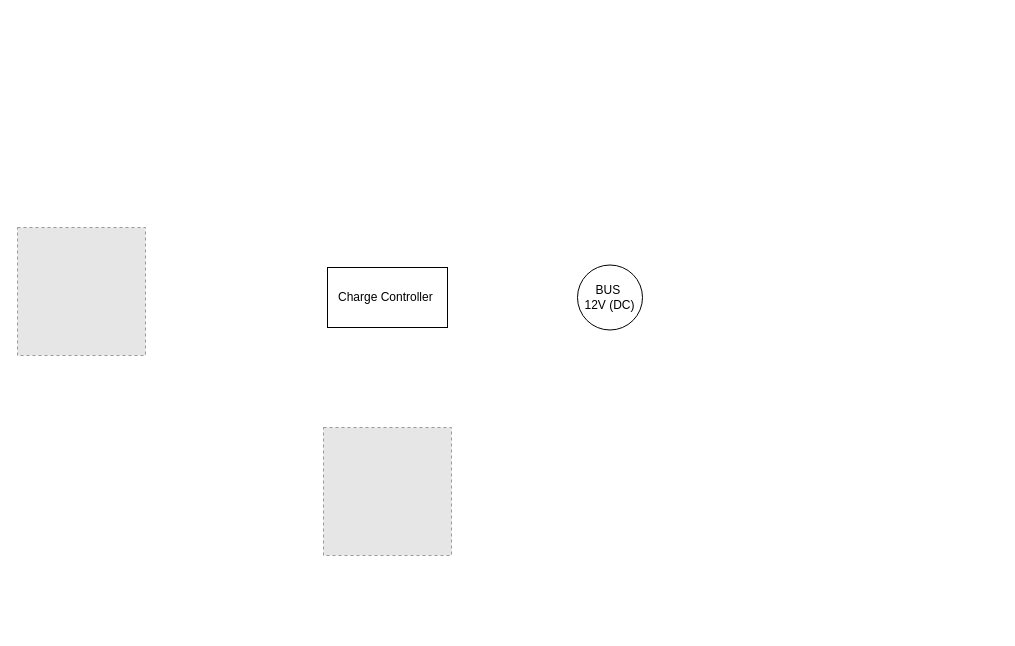
Earlier version of the draw.io diagram Untitled Diagram.drawio (brayanleo29/el-sistema-refactorado-). Source tidied: cells renumbered, new cells numbered last; positions are measured from the earlier drawing's top-left corner, leaving out a move shared by most shapes. Both pictures are drawn from the tidied source at 100%, with x=0, y=0 at pixel (17, 227). Pictures stored in the file or linked from it are replaced by grey dashed boxes.
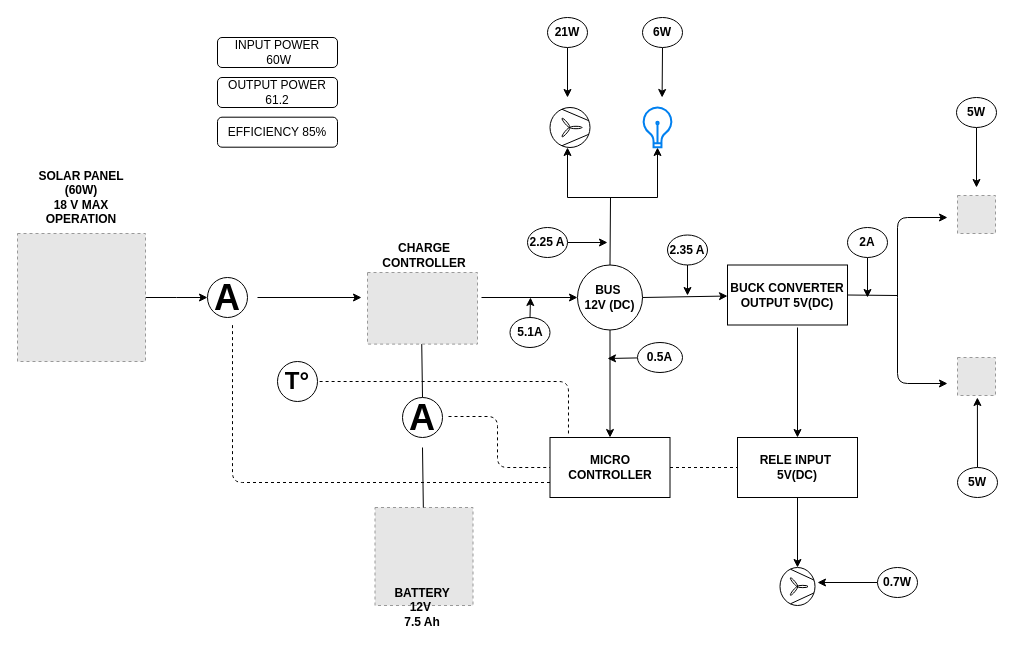
After the change.

Diff of the diagram source:
```diff
@@
+    <mxCell id="6" style="edgeStyle=orthogonalEdgeStyle;rounded=0;jettySize=auto;html=1;" parent="1" edge="1" source="2">
+      <mxGeometry relative="1" as="geometry">
+        <mxPoint x="190" y="70" as="targetPoint" />
+      </mxGeometry>
+    </mxCell>
     <mxCell id="2" style="fillColor=#E6E6E6;strokeColor=#999999;dashed=1;html=1;verticalAlign=top;verticalLabelPosition=bottom;labelBackgroundColor=#ffffff;" parent="1" vertex="1">
-      <mxGeometry width="128" height="128" as="geometry" />
+      <mxGeometry y="6" width="128" height="128" as="geometry" />
     </mxCell>
-    <mxCell id="3" value="Charge Controller&amp;nbsp;" style="rounded=0;whiteSpace=wrap;html=1;" parent="1" vertex="1">
-      <mxGeometry x="310" y="40" width="120" height="60" as="geometry" />
-    </mxCell>
+    <mxCell id="7" style="edgeStyle=none;rounded=0;jettySize=auto;html=1;exitX=1;exitY=0.5;exitDx=0;exitDy=0;entryX=0;entryY=0.5;entryDx=0;entryDy=0;" parent="1" edge="1" target="4">
+      <mxGeometry relative="1" as="geometry">
+        <mxPoint x="464" y="70" as="sourcePoint" />
+      </mxGeometry>
+    </mxCell>
+    <mxCell id="8" style="edgeStyle=none;rounded=0;jettySize=auto;html=1;exitX=0.5;exitY=1;exitDx=0;exitDy=0;entryX=0.5;entryY=0;entryDx=0;entryDy=0;" parent="1" edge="1" source="4" target="11">
+      <mxGeometry relative="1" as="geometry" />
+    </mxCell>
-    <mxCell id="4" value="BUS&amp;nbsp;&lt;br&gt;12V (DC)" style="ellipse;whiteSpace=wrap;html=1;" parent="1" vertex="1">
+    <mxCell id="4" value="&lt;b&gt;BUS&amp;nbsp;&lt;br&gt;12V (DC)&lt;/b&gt;" style="ellipse;whiteSpace=wrap;html=1;" parent="1" vertex="1">
       <mxGeometry x="560" y="37.5" width="65" height="65" as="geometry" />
     </mxCell>
     <mxCell id="5" style="fillColor=#E6E6E6;strokeColor=#999999;dashed=1;html=1;verticalAlign=top;verticalLabelPosition=bottom;labelBackgroundColor=#ffffff;" parent="1" vertex="1">
-      <mxGeometry x="306" y="200" width="128" height="128" as="geometry" />
+      <mxGeometry x="357.5" y="280" width="98" height="98" as="geometry" />
     </mxCell>
+    <mxCell id="9" style="edgeStyle=orthogonalEdgeStyle;rounded=0;orthogonalLoop=1;jettySize=auto;html=1;exitX=1;exitY=0.5;exitDx=0;exitDy=0;entryX=0;entryY=0.5;entryDx=0;entryDy=0;" parent="1" edge="1">
+      <mxGeometry relative="1" as="geometry">
+        <mxPoint x="240" y="70" as="sourcePoint" />
+        <mxPoint x="344" y="70" as="targetPoint" />
+      </mxGeometry>
+    </mxCell>
+    <mxCell id="10" style="edgeStyle=none;rounded=0;orthogonalLoop=1;jettySize=auto;html=1;exitX=0.5;exitY=0;exitDx=0;exitDy=0;" parent="1" edge="1" source="5" target="5">
+      <mxGeometry relative="1" as="geometry" />
+    </mxCell>
+    <mxCell id="11" value="&lt;b&gt;MICRO CONTROLLER&lt;/b&gt;" style="rounded=0;whiteSpace=wrap;html=1;" parent="1" vertex="1">
+      <mxGeometry x="532.5" y="210" width="120" height="60" as="geometry" />
+    </mxCell>
+    <mxCell id="12" style="endArrow=none;html=1;entryX=0.5;entryY=1;entryDx=0;entryDy=0;exitX=0.5;exitY=0;exitDx=0;exitDy=0;" parent="1" edge="1">
+      <mxGeometry relative="1" as="geometry">
+        <mxPoint x="405" y="170" as="sourcePoint" />
+        <mxPoint x="404" y="100" as="targetPoint" />
+      </mxGeometry>
+    </mxCell>
+    <mxCell id="13" style="endArrow=none;html=1;entryX=0.5;entryY=1;entryDx=0;entryDy=0;" parent="1" edge="1" source="5">
+      <mxGeometry relative="1" as="geometry">
+        <mxPoint x="405" y="220" as="targetPoint" />
+      </mxGeometry>
+    </mxCell>
+    <mxCell id="14" style="fillColor=#E6E6E6;strokeColor=#999999;dashed=1;verticalLabelPosition=bottom;verticalAlign=top;" parent="1" vertex="1">
+      <mxGeometry x="350" y="45" width="110" height="71.6" as="geometry" />
+    </mxCell>
+    <mxCell id="15" style="edgeStyle=none;rounded=0;orthogonalLoop=1;jettySize=auto;html=1;exitX=0;exitY=0.5;exitDx=0;exitDy=0;" parent="1" edge="1" source="14" target="14">
+      <mxGeometry relative="1" as="geometry" />
+    </mxCell>
+    <mxCell id="16" style="endArrow=none;dashed=1;html=1;exitX=1.02;exitY=0.38;exitDx=0;exitDy=0;exitPerimeter=0;entryX=0;entryY=0.5;entryDx=0;entryDy=0;" parent="1" edge="1" target="11">
+      <mxGeometry relative="1" as="geometry">
+        <mxPoint x="431" y="189" as="sourcePoint" />
+        <Array as="points">
+          <mxPoint x="480" y="189" />
+          <mxPoint x="480" y="240" />
+        </Array>
+      </mxGeometry>
+    </mxCell>
+    <mxCell id="17" value="&lt;b&gt;&lt;font style=&quot;font-size: 24px&quot;&gt;T°&lt;/font&gt;&lt;/b&gt;" style="ellipse;whiteSpace=wrap;html=1;" parent="1" vertex="1">
+      <mxGeometry x="260" y="134" width="40" height="40" as="geometry" />
+    </mxCell>
+    <mxCell id="18" style="endArrow=none;dashed=1;html=1;exitX=0.154;exitY=-0.067;exitDx=0;exitDy=0;exitPerimeter=0;entryX=1;entryY=0.5;entryDx=0;entryDy=0;" parent="1" edge="1" source="11" target="17">
+      <mxGeometry relative="1" as="geometry">
+        <Array as="points">
+          <mxPoint x="551" y="154" />
+        </Array>
+      </mxGeometry>
+    </mxCell>
+    <mxCell id="19" style="endArrow=none;dashed=1;html=1;entryX=0.5;entryY=1;entryDx=0;entryDy=0;exitX=0;exitY=0.75;exitDx=0;exitDy=0;" parent="1" edge="1" source="11">
+      <mxGeometry relative="1" as="geometry">
+        <mxPoint x="215" y="95" as="targetPoint" />
+        <Array as="points">
+          <mxPoint x="215" y="255" />
+        </Array>
+      </mxGeometry>
+    </mxCell>
+    <mxCell id="20" value="&lt;b&gt;&lt;font style=&quot;font-size: 36px&quot;&gt;A&lt;/font&gt;&lt;/b&gt;" style="ellipse;whiteSpace=wrap;html=1;" parent="1" vertex="1">
+      <mxGeometry x="385" y="170" width="40" height="40" as="geometry" />
+    </mxCell>
+    <mxCell id="21" value="&lt;b&gt;&lt;font style=&quot;font-size: 36px&quot;&gt;A&lt;/font&gt;&lt;/b&gt;" style="ellipse;whiteSpace=wrap;html=1;" parent="1" vertex="1">
+      <mxGeometry x="190" y="50" width="40" height="40" as="geometry" />
+    </mxCell>
+    <mxCell id="22" value="&lt;b&gt;BUCK CONVERTER&lt;br&gt;OUTPUT 5V(DC)&lt;/b&gt;" style="rounded=0;whiteSpace=wrap;html=1;" parent="1" vertex="1">
+      <mxGeometry x="710" y="37.5" width="120" height="60" as="geometry" />
+    </mxCell>
+    <mxCell id="23" style="endArrow=none;html=1;entryX=0.5;entryY=0;entryDx=0;entryDy=0;" parent="1" edge="1" target="4">
+      <mxGeometry relative="1" as="geometry">
+        <mxPoint x="593" y="-30" as="sourcePoint" />
+      </mxGeometry>
+    </mxCell>
+    <mxCell id="24" style="endArrow=none;html=1;" parent="1" edge="1">
+      <mxGeometry relative="1" as="geometry">
+        <mxPoint x="550" y="-30" as="sourcePoint" />
+        <mxPoint x="640" y="-30" as="targetPoint" />
+      </mxGeometry>
+    </mxCell>
+    <mxCell id="25" style="endArrow=classic;html=1;" parent="1" edge="1">
+      <mxGeometry relative="1" as="geometry">
+        <mxPoint x="550" y="-30" as="sourcePoint" />
+        <mxPoint x="550" y="-80" as="targetPoint" />
+      </mxGeometry>
+    </mxCell>
+    <mxCell id="26" style="endArrow=classic;html=1;" parent="1" edge="1">
+      <mxGeometry relative="1" as="geometry">
+        <mxPoint x="640" y="-30" as="sourcePoint" />
+        <mxPoint x="640" y="-80" as="targetPoint" />
+      </mxGeometry>
+    </mxCell>
+    <mxCell id="27" style="verticalLabelPosition=bottom;align=center;dashed=0;html=1;verticalAlign=top;shape=mxgraph.pid.misc.fan;" parent="1" vertex="1">
+      <mxGeometry x="532.5" y="-120" width="40" height="40" as="geometry" />
+    </mxCell>
+    <mxCell id="28" style="html=1;verticalLabelPosition=bottom;align=center;labelBackgroundColor=#ffffff;verticalAlign=top;strokeWidth=2;strokeColor=#0080F0;shadow=0;dashed=0;shape=mxgraph.ios7.icons.lightbulb;" parent="1" vertex="1">
+      <mxGeometry x="625" y="-120" width="30" height="39.7" as="geometry" />
+    </mxCell>
+    <mxCell id="29" style="endArrow=classic;html=1;exitX=1;exitY=0.5;exitDx=0;exitDy=0;" parent="1" edge="1" source="4" target="22">
+      <mxGeometry relative="1" as="geometry" />
+    </mxCell>
+    <mxCell id="30" style="fillColor=#E6E6E6;strokeColor=#999999;dashed=1;html=1;verticalAlign=top;verticalLabelPosition=bottom;labelBackgroundColor=#ffffff;" parent="1" vertex="1">
+      <mxGeometry x="940" y="-32" width="38" height="38" as="geometry" />
+    </mxCell>
+    <mxCell id="31" style="fillColor=#E6E6E6;strokeColor=#999999;dashed=1;html=1;verticalAlign=top;verticalLabelPosition=bottom;labelBackgroundColor=#ffffff;" parent="1" vertex="1">
+      <mxGeometry x="940" y="130" width="38" height="38" as="geometry" />
+    </mxCell>
+    <mxCell id="32" style="endArrow=none;html=1;entryX=1;entryY=0.5;entryDx=0;entryDy=0;" parent="1" edge="1" target="22">
+      <mxGeometry relative="1" as="geometry">
+        <mxPoint x="880" y="68" as="sourcePoint" />
+      </mxGeometry>
+    </mxCell>
+    <mxCell id="33" style="endArrow=classic;html=1;" parent="1" edge="1">
+      <mxGeometry relative="1" as="geometry">
+        <mxPoint x="880" y="70" as="sourcePoint" />
+        <mxPoint x="930" y="-10" as="targetPoint" />
+        <Array as="points">
+          <mxPoint x="880" y="-10" />
+        </Array>
+      </mxGeometry>
+    </mxCell>
+    <mxCell id="34" style="endArrow=classic;html=1;" parent="1" edge="1">
+      <mxGeometry relative="1" as="geometry">
+        <mxPoint x="880" y="70" as="sourcePoint" />
+        <mxPoint x="930" y="156" as="targetPoint" />
+        <Array as="points">
+          <mxPoint x="880" y="156" />
+        </Array>
+      </mxGeometry>
+    </mxCell>
+    <mxCell id="35" style="edgeStyle=none;rounded=0;jettySize=auto;html=1;exitX=0.5;exitY=1;exitDx=0;exitDy=0;" parent="1" edge="1" source="36" target="39">
+      <mxGeometry relative="1" as="geometry" />
+    </mxCell>
+    <mxCell id="36" value="&lt;b&gt;RELE INPUT&amp;nbsp;&lt;br&gt;5V(DC)&lt;/b&gt;" style="rounded=0;whiteSpace=wrap;html=1;" parent="1" vertex="1">
+      <mxGeometry x="720" y="210" width="120" height="60" as="geometry" />
+    </mxCell>
+    <mxCell id="37" style="endArrow=none;dashed=1;html=1;exitX=1;exitY=0.5;exitDx=0;exitDy=0;entryX=0;entryY=0.5;entryDx=0;entryDy=0;" parent="1" edge="1" source="11" target="36">
+      <mxGeometry relative="1" as="geometry" />
+    </mxCell>
+    <mxCell id="38" style="endArrow=classic;html=1;" parent="1" edge="1" target="36">
+      <mxGeometry relative="1" as="geometry">
+        <mxPoint x="780" y="100" as="sourcePoint" />
+      </mxGeometry>
+    </mxCell>
+    <mxCell id="39" style="verticalLabelPosition=bottom;outlineConnect=0;align=center;dashed=0;html=1;verticalAlign=top;shape=mxgraph.pid2misc.fan;fanType=common;" parent="1" vertex="1">
+      <mxGeometry x="762.5" y="340" width="35" height="38" as="geometry" />
+    </mxCell>
+    <mxCell id="40" style="edgeStyle=none;rounded=0;jettySize=auto;html=1;" parent="1" edge="1" source="41">
+      <mxGeometry relative="1" as="geometry">
+        <mxPoint x="959" y="-40" as="targetPoint" />
+      </mxGeometry>
+    </mxCell>
+    <mxCell id="41" value="&lt;b&gt;5W&lt;/b&gt;" style="ellipse;whiteSpace=wrap;html=1;" parent="1" vertex="1">
+      <mxGeometry x="939" y="-130" width="40" height="30" as="geometry" />
+    </mxCell>
+    <mxCell id="42" style="edgeStyle=none;rounded=0;jettySize=auto;html=1;exitX=0.5;exitY=0;exitDx=0;exitDy=0;" parent="1" edge="1" source="43">
+      <mxGeometry relative="1" as="geometry">
+        <mxPoint x="959.9" y="170" as="targetPoint" />
+      </mxGeometry>
+    </mxCell>
+    <mxCell id="43" value="&lt;b&gt;5W&lt;/b&gt;" style="ellipse;whiteSpace=wrap;html=1;" parent="1" vertex="1">
+      <mxGeometry x="940" y="240" width="40" height="30" as="geometry" />
+    </mxCell>
+    <mxCell id="44" style="edgeStyle=none;rounded=0;jettySize=auto;html=1;" parent="1" edge="1" source="45">
+      <mxGeometry relative="1" as="geometry">
+        <mxPoint x="550" y="-130" as="targetPoint" />
+      </mxGeometry>
+    </mxCell>
+    <mxCell id="45" value="&lt;b&gt;21W&lt;/b&gt;" style="ellipse;whiteSpace=wrap;html=1;" parent="1" vertex="1">
+      <mxGeometry x="530" y="-210" width="40" height="30" as="geometry" />
+    </mxCell>
+    <mxCell id="46" style="edgeStyle=none;rounded=0;jettySize=auto;html=1;exitX=0.5;exitY=1;exitDx=0;exitDy=0;" parent="1" edge="1" source="47">
+      <mxGeometry relative="1" as="geometry">
+        <mxPoint x="644.6" y="-130" as="targetPoint" />
+      </mxGeometry>
+    </mxCell>
+    <mxCell id="47" value="&lt;b&gt;6W&lt;/b&gt;" style="ellipse;whiteSpace=wrap;html=1;" parent="1" vertex="1">
+      <mxGeometry x="625" y="-210" width="40" height="30" as="geometry" />
+    </mxCell>
+    <mxCell id="48" style="edgeStyle=none;rounded=0;jettySize=auto;html=1;" parent="1" edge="1" source="49">
+      <mxGeometry relative="1" as="geometry">
+        <mxPoint x="800" y="355" as="targetPoint" />
+      </mxGeometry>
+    </mxCell>
+    <mxCell id="49" value="&lt;b&gt;0.7W&lt;/b&gt;" style="ellipse;whiteSpace=wrap;html=1;" parent="1" vertex="1">
+      <mxGeometry x="860" y="340" width="40" height="30" as="geometry" />
+    </mxCell>
+    <mxCell id="50" value="&lt;b&gt;SOLAR PANEL (60W)&lt;br&gt;18 V MAX OPERATION&lt;/b&gt;" style="text;html=1;strokeColor=none;fillColor=none;align=center;verticalAlign=middle;whiteSpace=wrap;rounded=0;" parent="1" vertex="1">
+      <mxGeometry x="19" y="-40" width="90" height="20" as="geometry" />
+    </mxCell>
+    <mxCell id="51" value="&lt;b&gt;CHARGE CONTROLLER&lt;/b&gt;" style="text;html=1;strokeColor=none;fillColor=none;align=center;verticalAlign=middle;whiteSpace=wrap;rounded=0;" parent="1" vertex="1">
+      <mxGeometry x="371.5" y="17.5" width="70" height="20" as="geometry" />
+    </mxCell>
+    <mxCell id="52" value="&lt;b&gt;BATTERY 12V&amp;nbsp;&lt;br&gt;7.5 Ah&lt;/b&gt;" style="text;html=1;strokeColor=none;fillColor=none;align=center;verticalAlign=middle;whiteSpace=wrap;rounded=0;" parent="1" vertex="1">
+      <mxGeometry x="385" y="370" width="40" height="20" as="geometry" />
+    </mxCell>
+    <mxCell id="53" style="edgeStyle=none;rounded=0;jettySize=auto;html=1;" parent="1" edge="1" source="54">
+      <mxGeometry relative="1" as="geometry">
+        <mxPoint x="850" y="70" as="targetPoint" />
+      </mxGeometry>
+    </mxCell>
+    <mxCell id="54" value="&lt;b&gt;2A&lt;/b&gt;" style="ellipse;whiteSpace=wrap;html=1;" parent="1" vertex="1">
+      <mxGeometry x="830" width="40" height="30" as="geometry" />
+    </mxCell>
+    <mxCell id="55" style="edgeStyle=none;rounded=0;jettySize=auto;html=1;" parent="1" edge="1" source="56">
+      <mxGeometry relative="1" as="geometry">
+        <mxPoint x="670" y="68" as="targetPoint" />
+      </mxGeometry>
+    </mxCell>
+    <mxCell id="56" value="&lt;b&gt;2.35 A&lt;/b&gt;" style="ellipse;whiteSpace=wrap;html=1;" parent="1" vertex="1">
+      <mxGeometry x="650" y="7.5" width="40" height="30" as="geometry" />
+    </mxCell>
+    <mxCell id="57" style="edgeStyle=none;rounded=0;jettySize=auto;html=1;" parent="1" edge="1" source="58">
+      <mxGeometry relative="1" as="geometry">
+        <mxPoint x="590" y="15" as="targetPoint" />
+      </mxGeometry>
+    </mxCell>
+    <mxCell id="58" value="&lt;b&gt;2.25 A&lt;/b&gt;" style="ellipse;whiteSpace=wrap;html=1;" parent="1" vertex="1">
+      <mxGeometry x="510" width="40" height="30" as="geometry" />
+    </mxCell>
+    <mxCell id="59" style="edgeStyle=none;rounded=0;jettySize=auto;html=1;" parent="1" edge="1" source="60">
+      <mxGeometry relative="1" as="geometry">
+        <mxPoint x="590" y="131" as="targetPoint" />
+      </mxGeometry>
+    </mxCell>
+    <mxCell id="60" value="&lt;b&gt;0.5A&lt;/b&gt;" style="ellipse;whiteSpace=wrap;html=1;" parent="1" vertex="1">
+      <mxGeometry x="620" y="115" width="45" height="30" as="geometry" />
+    </mxCell>
+    <mxCell id="61" style="edgeStyle=none;rounded=0;jettySize=auto;html=1;" parent="1" edge="1" source="62">
+      <mxGeometry relative="1" as="geometry">
+        <mxPoint x="513" y="70" as="targetPoint" />
+      </mxGeometry>
+    </mxCell>
+    <mxCell id="62" value="&lt;b&gt;5.1A&lt;/b&gt;" style="ellipse;whiteSpace=wrap;html=1;" parent="1" vertex="1">
+      <mxGeometry x="492.5" y="90" width="40" height="30" as="geometry" />
+    </mxCell>
+    <mxCell id="63" value="INPUT POWER&lt;br&gt;&amp;nbsp;60W" style="rounded=1;whiteSpace=wrap;html=1;" parent="1" vertex="1">
+      <mxGeometry x="200" y="-190" width="120" height="30" as="geometry" />
+    </mxCell>
+    <mxCell id="64" value="OUTPUT POWER 61.2" style="rounded=1;whiteSpace=wrap;html=1;" parent="1" vertex="1">
+      <mxGeometry x="200" y="-150" width="120" height="30" as="geometry" />
+    </mxCell>
+    <mxCell id="65" value="EFFICIENCY 85%" style="rounded=1;whiteSpace=wrap;html=1;" parent="1" vertex="1">
+      <mxGeometry x="200" y="-110.3" width="120" height="30" as="geometry" />
+    </mxCell>
```
